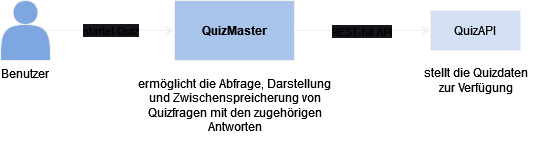
Above: diagrams/SystemContextDiagram.drawio.png in FranziskaGreiner/QuizMaster (draw.io), before the change. Source tidied: cells renumbered, new cells last; positions are measured from the earlier drawing's top-left corner, leaving out a move shared by most shapes.
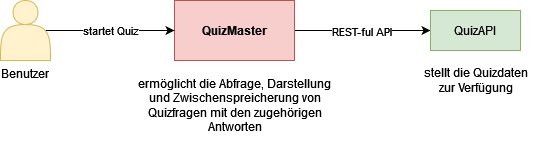
Later version of the same file.

Change to the diagram source:
```diff
@@ -2,7 +2,7 @@
   <root>
     <mxCell id="0" />
     <mxCell id="1" parent="0" />
-    <mxCell id="2" style="edgeStyle=orthogonalEdgeStyle;rounded=0;jettySize=auto;html=1;exitX=1;exitY=0.5;exitDx=0;exitDy=0;entryX=0;entryY=0.5;entryDx=0;entryDy=0;fontColor=#000000;" parent="1" edge="1" source="4" target="5">
+    <mxCell id="2" style="edgeStyle=orthogonalEdgeStyle;rounded=0;jettySize=auto;html=1;exitX=1;exitY=0.5;exitDx=0;exitDy=0;entryX=0;entryY=0.5;entryDx=0;entryDy=0;fontColor=#000000;strokeColor=#000000;" parent="1" edge="1" source="4" target="5">
       <mxGeometry relative="1" as="geometry" />
     </mxCell>
     <mxCell id="3" value="REST-ful API" style="edgeLabel;html=1;align=center;verticalAlign=middle;fontColor=#000000;" parent="2" vertex="1">
@@ -10,16 +10,16 @@
         <mxPoint x="11" y="-4" as="offset" />
       </mxGeometry>
     </mxCell>
-    <mxCell id="4" value="QuizMaster" style="rounded=0;whiteSpace=wrap;html=1;fontStyle=1;fillColor=#A9C4EB;fontColor=#000000;" parent="1" vertex="1">
+    <mxCell id="4" value="QuizMaster" style="rounded=0;whiteSpace=wrap;html=1;fontStyle=1;fillColor=#f8cecc;strokeColor=#b85450;" parent="1" vertex="1">
       <mxGeometry x="174" width="120" height="60" as="geometry" />
     </mxCell>
-    <mxCell id="5" value="QuizAPI" style="rounded=0;whiteSpace=wrap;html=1;fillColor=#D4E1F5;fontColor=#000000;" parent="1" vertex="1">
+    <mxCell id="5" value="QuizAPI" style="rounded=0;whiteSpace=wrap;html=1;fillColor=#d5e8d4;strokeColor=#82b366;" parent="1" vertex="1">
       <mxGeometry x="430" y="10" width="90" height="40" as="geometry" />
     </mxCell>
-    <mxCell id="6" value="startet Quiz" style="edgeStyle=orthogonalEdgeStyle;rounded=0;jettySize=auto;html=1;exitX=0.9;exitY=0.5;exitDx=0;exitDy=0;exitPerimeter=0;entryX=0;entryY=0.5;entryDx=0;entryDy=0;fontColor=#000000;" parent="1" edge="1" source="7" target="4">
+    <mxCell id="6" value="startet Quiz" style="edgeStyle=orthogonalEdgeStyle;rounded=0;jettySize=auto;html=1;exitX=0.9;exitY=0.5;exitDx=0;exitDy=0;exitPerimeter=0;entryX=0;entryY=0.5;entryDx=0;entryDy=0;fontColor=#000000;strokeColor=#000000;" parent="1" edge="1" source="7" target="4">
       <mxGeometry relative="1" as="geometry" />
     </mxCell>
-    <mxCell id="7" value="Benutzer" style="shape=actor;whiteSpace=wrap;html=1;labelPosition=center;verticalLabelPosition=bottom;align=center;verticalAlign=top;fillColor=#7EA6E0;fontColor=#000000;" parent="1" vertex="1">
+    <mxCell id="7" value="Benutzer" style="shape=actor;whiteSpace=wrap;html=1;labelPosition=center;verticalLabelPosition=bottom;align=center;verticalAlign=top;fillColor=#fff2cc;strokeColor=#d6b656;" parent="1" vertex="1">
       <mxGeometry width="50" height="60" as="geometry" />
     </mxCell>
     <mxCell id="8" value="&lt;div&gt;ermöglicht die Abfrage, Darstellung&lt;/div&gt;&lt;div&gt;und Zwischenspreicherung von&lt;/div&gt;&lt;div&gt;Quizfragen mit den zugehörigen&lt;/div&gt;&lt;div&gt;Antworten &lt;/div&gt;" style="text;html=1;align=center;verticalAlign=middle;strokeColor=none;fillColor=none;fontColor=#000000;" parent="1" vertex="1">
```
